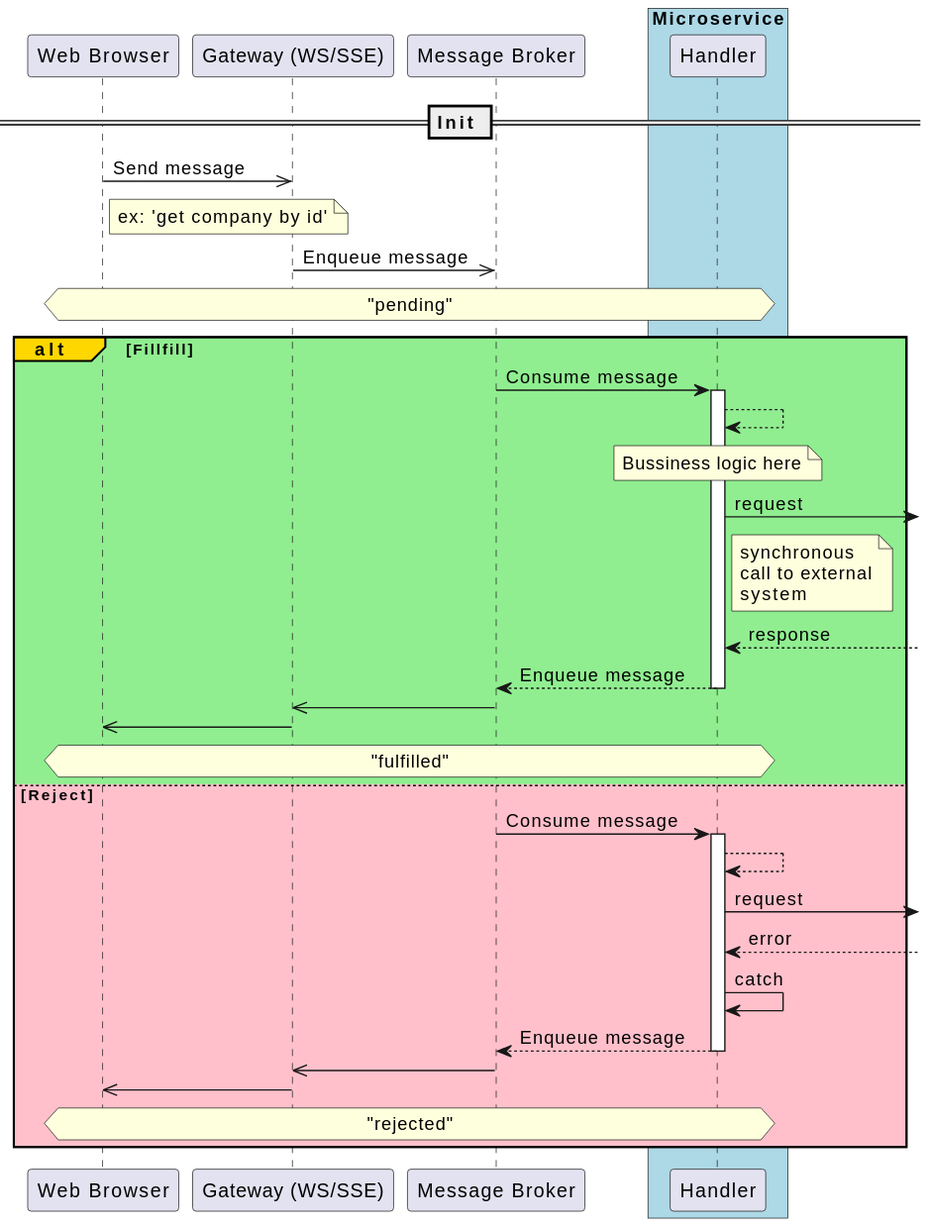
komanton/custodian keeps this PlantUML diagram as solution-design/distributed-promise/distributed-promise.svg. Above is the earlier version. Source of this version:
```plantuml
@startuml
participant "Web Browser" as WebBrowser
participant "Gateway (WS/SSE)" as Gateway
participant "Message Broker" as MessageBus
box "Microservice" #LightBlue
participant "Handler" as Handler
end box

== Init ==

WebBrowser  ->>  Gateway: Send message
note right WebBrowser: ex: 'get company by id'
Gateway ->> MessageBus: Enqueue message

hnote across: "pending"

alt#Gold #LightGreen Fillfill


MessageBus -> Handler: Consume message
activate Handler
Handler --> Handler
note over Handler: Bussiness logic here
Handler ->] : request
note right Handler: synchronous\ncall to external\nsystem
Handler <--] : response
MessageBus <-- Handler : Enqueue message
deactivate Handler
Gateway <<- MessageBus
WebBrowser <<- Gateway

hnote across: "fulfilled"

else #Pink Reject


MessageBus -> Handler: Consume message
activate Handler
Handler --> Handler
Handler ->] : request
Handler <--] : error
Handler -> Handler: catch
MessageBus <-- Handler : Enqueue message
deactivate Handler
Gateway <<- MessageBus
WebBrowser <<- Gateway

hnote across: "rejected"

end
@enduml
```
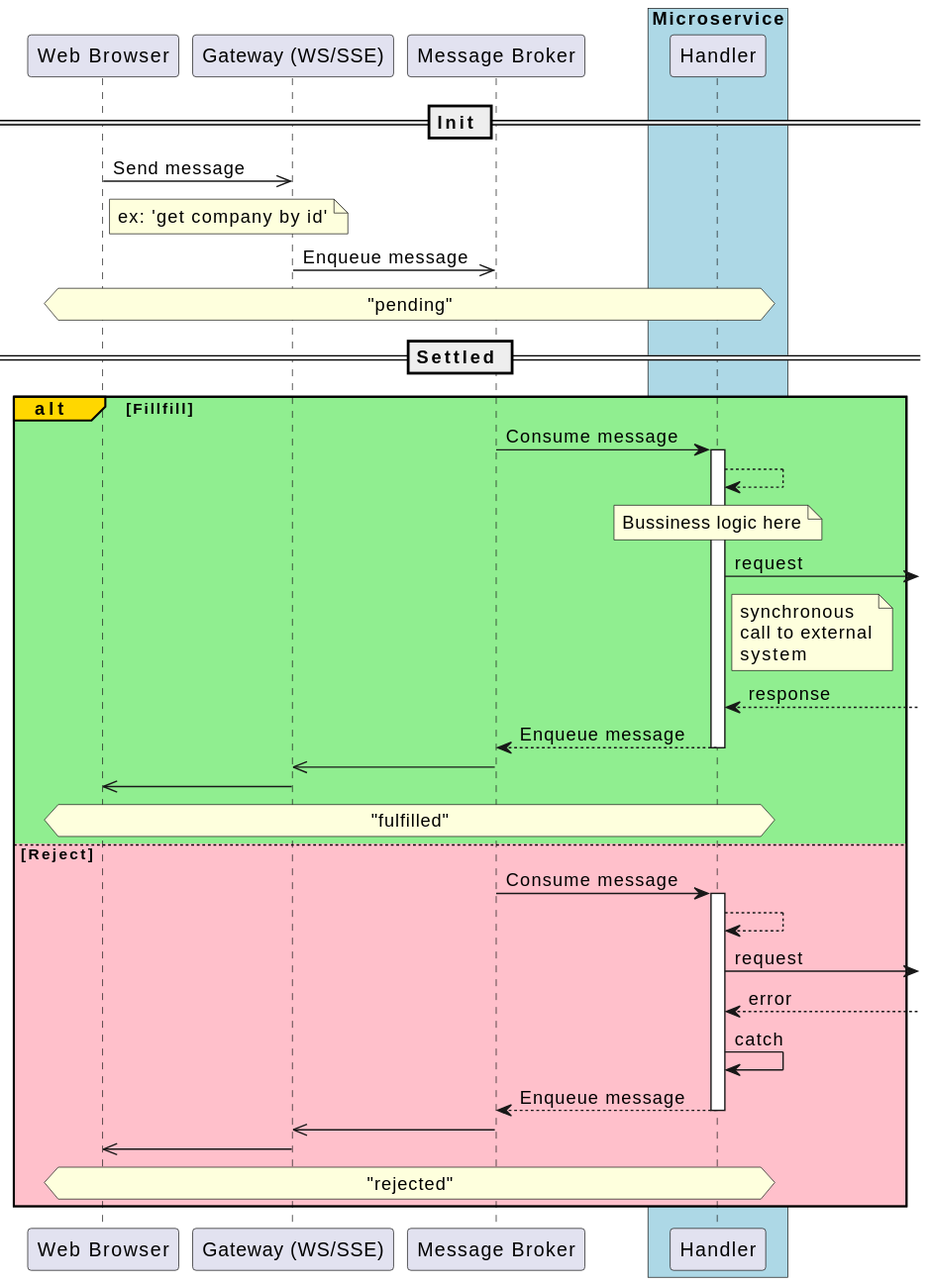
Above is the later version.

Commit message:
Fix 'settled' state

The edit, as a diff of the source:
```diff
@@ -13,6 +13,8 @@
 Gateway ->> MessageBus: Enqueue message
 
 hnote across: "pending"
+
+== Settled ==
 
 alt#Gold #LightGreen Fillfill
 
```
